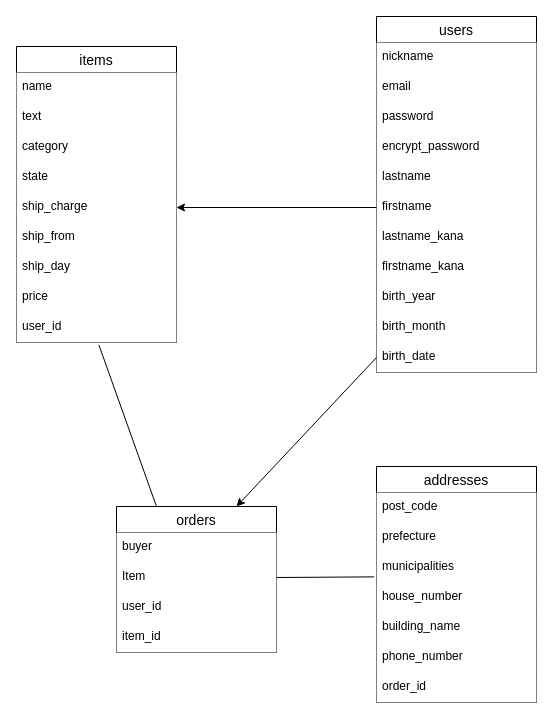
Before: ER.dio in shuhei61/furima-39476, a draw.io diagram. Source tidied: cells renumbered, new cells numbered last; positions are measured from the earlier drawing's top-left corner, leaving out a move shared by most shapes. Both pictures are drawn from the tidied source at 100%, with x=0, y=0 at pixel (16, 16).
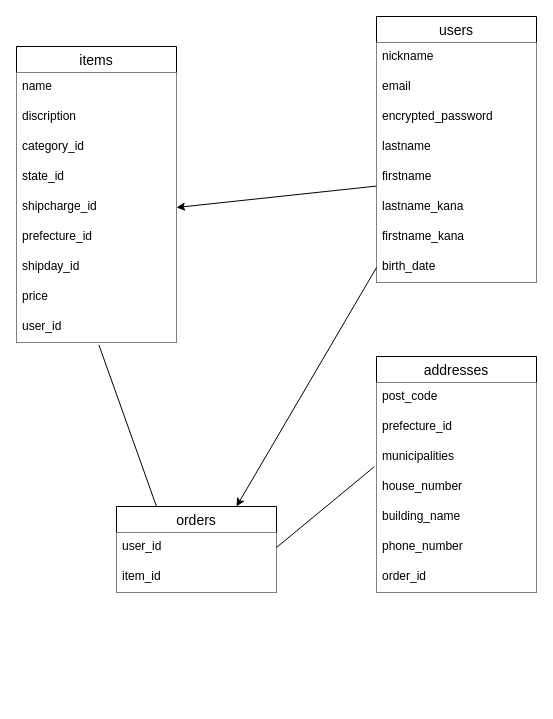
The same page after the edit.

Commit message (it also covers changes not shown here):
テーブル設計修正

The change refers to these unchanged cells:
```xml
<mxCell id="17" value="municipalities" style="text;strokeColor=none;fillColor=default;spacingLeft=4;spacingRight=4;overflow=hidden;points=[[0,0.5],[1,0.5]];portConstraint=eastwest;fontSize=12;" parent="14" vertex="1">
  <mxGeometry y="86" width="160" height="30" as="geometry" />
</mxCell>
<mxCell id="22" value="items" style="swimlane;fontStyle=0;horizontal=1;startSize=26;align=center;fontSize=14;" parent="1" vertex="1">
  <mxGeometry y="30" width="160" height="296" as="geometry" />
</mxCell>
```

Diff of the diagram source:
```diff
@@
     <mxCell id="2" value="users" style="swimlane;fontStyle=0;horizontal=1;startSize=26;align=center;fontSize=14;" parent="1" vertex="1">
-      <mxGeometry x="360" width="160" height="356" as="geometry" />
+      <mxGeometry x="360" width="160" height="266" as="geometry" />
     </mxCell>
@@
-    <mxCell id="5" value="password" style="text;strokeColor=none;fillColor=default;spacingLeft=4;spacingRight=4;overflow=hidden;fontSize=12;" parent="2" vertex="1">
-      <mxGeometry y="86" width="160" height="30" as="geometry" />
-    </mxCell>
-    <mxCell id="6" value="encrypt_password" style="text;strokeColor=none;fillColor=default;spacingLeft=4;spacingRight=4;overflow=hidden;fontSize=12;" parent="2" vertex="1">
-      <mxGeometry y="116" width="160" height="30" as="geometry" />
+    <mxCell id="6" value="encrypted_password" style="text;strokeColor=none;fillColor=default;spacingLeft=4;spacingRight=4;overflow=hidden;fontSize=12;" parent="2" vertex="1">
+      <mxGeometry y="86" width="160" height="30" as="geometry" />
     </mxCell>
     <mxCell id="7" value="lastname" style="text;strokeColor=none;fillColor=default;spacingLeft=4;spacingRight=4;overflow=hidden;fontSize=12;" parent="2" vertex="1">
-      <mxGeometry y="146" width="160" height="30" as="geometry" />
+      <mxGeometry y="116" width="160" height="30" as="geometry" />
     </mxCell>
     <mxCell id="8" value="firstname" style="text;strokeColor=none;fillColor=default;spacingLeft=4;spacingRight=4;overflow=hidden;points=[[0,0.5],[1,0.5]];portConstraint=eastwest;fontSize=12;" parent="2" vertex="1">
-      <mxGeometry y="176" width="160" height="30" as="geometry" />
+      <mxGeometry y="146" width="160" height="30" as="geometry" />
     </mxCell>
     <mxCell id="9" value="lastname_kana" style="text;strokeColor=none;fillColor=default;spacingLeft=4;spacingRight=4;overflow=hidden;fontSize=12;" parent="2" vertex="1">
-      <mxGeometry y="206" width="160" height="30" as="geometry" />
+      <mxGeometry y="176" width="160" height="30" as="geometry" />
     </mxCell>
     <mxCell id="10" value="firstname_kana" style="text;strokeColor=none;fillColor=default;spacingLeft=4;spacingRight=4;overflow=hidden;fontSize=12;" parent="2" vertex="1">
-      <mxGeometry y="236" width="160" height="30" as="geometry" />
+      <mxGeometry y="206" width="160" height="30" as="geometry" />
     </mxCell>
-    <mxCell id="11" value="birth_year" style="text;strokeColor=none;fillColor=default;spacingLeft=4;spacingRight=4;overflow=hidden;fontSize=12;" parent="2" vertex="1">
-      <mxGeometry y="266" width="160" height="30" as="geometry" />
-    </mxCell>
-    <mxCell id="12" value="birth_month" style="text;strokeColor=none;fillColor=default;spacingLeft=4;spacingRight=4;overflow=hidden;fontSize=12;" parent="2" vertex="1">
-      <mxGeometry y="296" width="160" height="30" as="geometry" />
-    </mxCell>
     <mxCell id="13" value="birth_date" style="text;strokeColor=none;fillColor=default;spacingLeft=4;spacingRight=4;overflow=hidden;points=[[0,0.5],[1,0.5]];portConstraint=eastwest;fontSize=12;" parent="2" vertex="1">
-      <mxGeometry y="326" width="160" height="30" as="geometry" />
+      <mxGeometry y="236" width="160" height="30" as="geometry" />
     </mxCell>
     <mxCell id="14" value="addresses" style="swimlane;fontStyle=0;horizontal=1;startSize=26;align=center;fontSize=14;" parent="1" vertex="1">
-      <mxGeometry x="360" y="450" width="160" height="236" as="geometry" />
+      <mxGeometry x="360" y="340" width="160" height="236" as="geometry" />
     </mxCell>
@@
-    <mxCell id="16" value="prefecture" style="text;strokeColor=none;fillColor=default;spacingLeft=4;spacingRight=4;overflow=hidden;fontSize=12;" parent="14" vertex="1">
+    <mxCell id="16" value="prefecture_id" style="text;strokeColor=none;fillColor=default;spacingLeft=4;spacingRight=4;overflow=hidden;fontSize=12;" parent="14" vertex="1">
       <mxGeometry y="56" width="160" height="30" as="geometry" />
     </mxCell>
@@
-    <mxCell id="24" value="text" style="text;strokeColor=none;fillColor=default;spacingLeft=4;spacingRight=4;overflow=hidden;fontSize=12;" parent="22" vertex="1">
+    <mxCell id="24" value="discription" style="text;strokeColor=none;fillColor=default;spacingLeft=4;spacingRight=4;overflow=hidden;fontSize=12;" parent="22" vertex="1">
       <mxGeometry y="56" width="160" height="30" as="geometry" />
     </mxCell>
-    <mxCell id="25" value="category" style="text;strokeColor=none;fillColor=default;spacingLeft=4;spacingRight=4;overflow=hidden;fontSize=12;" parent="22" vertex="1">
+    <mxCell id="25" value="category_id" style="text;strokeColor=none;fillColor=default;spacingLeft=4;spacingRight=4;overflow=hidden;fontSize=12;" parent="22" vertex="1">
       <mxGeometry y="86" width="160" height="30" as="geometry" />
     </mxCell>
-    <mxCell id="26" value="state" style="text;strokeColor=none;fillColor=default;spacingLeft=4;spacingRight=4;overflow=hidden;fontSize=12;" parent="22" vertex="1">
+    <mxCell id="26" value="state_id" style="text;strokeColor=none;fillColor=default;spacingLeft=4;spacingRight=4;overflow=hidden;fontSize=12;" parent="22" vertex="1">
       <mxGeometry y="116" width="160" height="30" as="geometry" />
     </mxCell>
-    <mxCell id="27" value="ship_charge" style="text;strokeColor=none;fillColor=default;spacingLeft=4;spacingRight=4;overflow=hidden;points=[[0,0.5],[1,0.5]];portConstraint=eastwest;fontSize=12;" parent="22" vertex="1">
+    <mxCell id="27" value="shipcharge_id" style="text;strokeColor=none;fillColor=default;spacingLeft=4;spacingRight=4;overflow=hidden;points=[[0,0.5],[1,0.5]];portConstraint=eastwest;fontSize=12;" parent="22" vertex="1">
       <mxGeometry y="146" width="160" height="30" as="geometry" />
     </mxCell>
-    <mxCell id="28" value="ship_from" style="text;strokeColor=none;fillColor=default;spacingLeft=4;spacingRight=4;overflow=hidden;fontSize=12;" parent="22" vertex="1">
+    <mxCell id="28" value="prefecture_id" style="text;strokeColor=none;fillColor=default;spacingLeft=4;spacingRight=4;overflow=hidden;fontSize=12;" parent="22" vertex="1">
       <mxGeometry y="176" width="160" height="30" as="geometry" />
     </mxCell>
-    <mxCell id="29" value="ship_day" style="text;strokeColor=none;fillColor=default;spacingLeft=4;spacingRight=4;overflow=hidden;fontSize=12;" parent="22" vertex="1">
+    <mxCell id="29" value="shipday_id" style="text;strokeColor=none;fillColor=default;spacingLeft=4;spacingRight=4;overflow=hidden;fontSize=12;" parent="22" vertex="1">
       <mxGeometry y="206" width="160" height="30" as="geometry" />
     </mxCell>
@@
     <mxCell id="33" value="orders" style="swimlane;fontStyle=0;horizontal=1;startSize=26;align=center;fontSize=14;" parent="1" vertex="1">
-      <mxGeometry x="100" y="490" width="160" height="146" as="geometry" />
+      <mxGeometry x="100" y="490" width="160" height="86" as="geometry" />
     </mxCell>
-    <mxCell id="34" value="buyer" style="text;strokeColor=none;fillColor=default;spacingLeft=4;spacingRight=4;overflow=hidden;fontSize=12;" parent="33" vertex="1">
-      <mxGeometry y="26" width="160" height="30" as="geometry" />
-    </mxCell>
-    <mxCell id="35" value="Item" style="text;strokeColor=none;fillColor=default;spacingLeft=4;spacingRight=4;overflow=hidden;points=[[0,0.5],[1,0.5]];portConstraint=eastwest;fontSize=12;" parent="33" vertex="1">
-      <mxGeometry y="56" width="160" height="30" as="geometry" />
-    </mxCell>
     <mxCell id="36" value="user_id" style="text;strokeColor=none;fillColor=default;spacingLeft=4;spacingRight=4;overflow=hidden;fontSize=12;" parent="33" vertex="1">
-      <mxGeometry y="86" width="160" height="30" as="geometry" />
+      <mxGeometry y="26" width="160" height="30" as="geometry" />
     </mxCell>
     <mxCell id="37" value="item_id" style="text;strokeColor=none;fillColor=default;spacingLeft=4;spacingRight=4;overflow=hidden;fontSize=12;" parent="33" vertex="1">
-      <mxGeometry y="116" width="160" height="30" as="geometry" />
+      <mxGeometry y="56" width="160" height="30" as="geometry" />
     </mxCell>
@@
-    <mxCell id="40" style="edgeStyle=none;html=1;exitX=1;exitY=0.5;exitDx=0;exitDy=0;entryX=-0.015;entryY=0.813;entryDx=0;entryDy=0;entryPerimeter=0;endArrow=none;endFill=0;" parent="1" edge="1" source="35" target="17">
-      <mxGeometry relative="1" as="geometry" />
+    <mxCell id="40" style="edgeStyle=none;html=1;exitX=1;exitY=0.5;exitDx=0;exitDy=0;entryX=-0.015;entryY=0.813;entryDx=0;entryDy=0;entryPerimeter=0;endArrow=none;endFill=0;" parent="1" edge="1" target="17">
+      <mxGeometry relative="1" as="geometry">
+        <mxPoint x="260" y="531" as="sourcePoint" />
+      </mxGeometry>
     </mxCell>
```
